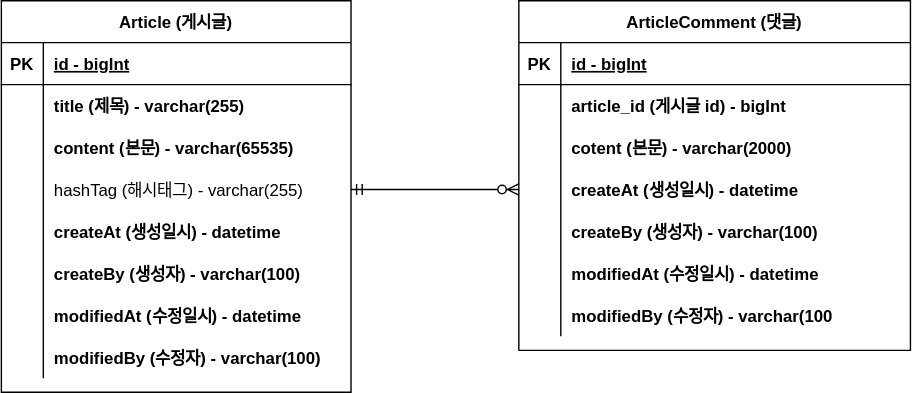
jae-ryeong/fastcampus-project-board keeps this draw.io diagram as document/project-board-erd.svg. Above is the earlier version. Source tidied: cells renumbered, new cells last; positions are measured from the earlier drawing's top-left corner, leaving out a move shared by most shapes.
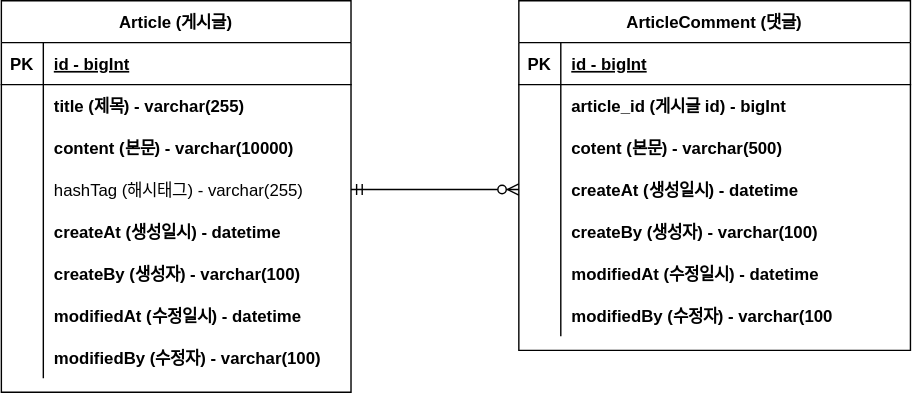
After the commit.

Commit message:
#10 - ERD 업데이트: content 사이즈 변경

What changed in the source:
```diff
@@ -29,7 +29,7 @@
     <mxCell id="10" style="shape=partialRectangle;overflow=hidden;fillColor=none;top=0;left=0;bottom=0;right=0;" parent="9" vertex="1">
       <mxGeometry width="30" height="30" as="geometry" />
     </mxCell>
-    <mxCell id="11" value="cotent (본문) - varchar(2000)" style="shape=partialRectangle;overflow=hidden;fillColor=none;top=0;left=0;bottom=0;right=0;align=left;spacingLeft=6;fontStyle=1;" parent="9" vertex="1">
+    <mxCell id="11" value="cotent (본문) - varchar(500)" style="shape=partialRectangle;overflow=hidden;fillColor=none;top=0;left=0;bottom=0;right=0;align=left;spacingLeft=6;fontStyle=1;" parent="9" vertex="1">
       <mxGeometry x="30" width="250" height="30" as="geometry" />
     </mxCell>
     <mxCell id="12" style="shape=partialRectangle;fillColor=none;points=[[0,0.5],[1,0.5]];portConstraint=eastwest;top=0;left=0;right=0;bottom=0;" parent="2" vertex="1">
@@ -98,7 +98,7 @@
     <mxCell id="33" style="shape=partialRectangle;overflow=hidden;fillColor=none;top=0;left=0;bottom=0;right=0;" parent="32" vertex="1">
       <mxGeometry width="30" height="30" as="geometry" />
     </mxCell>
-    <mxCell id="34" value="content (본문) - varchar(65535)" style="shape=partialRectangle;overflow=hidden;fillColor=none;top=0;left=0;bottom=0;right=0;align=left;spacingLeft=6;fontStyle=1;" parent="32" vertex="1">
+    <mxCell id="34" value="content (본문) - varchar(10000)" style="shape=partialRectangle;overflow=hidden;fillColor=none;top=0;left=0;bottom=0;right=0;align=left;spacingLeft=6;fontStyle=1;" parent="32" vertex="1">
       <mxGeometry x="30" width="220" height="30" as="geometry" />
     </mxCell>
     <mxCell id="35" style="shape=partialRectangle;fillColor=none;points=[[0,0.5],[1,0.5]];portConstraint=eastwest;top=0;left=0;right=0;bottom=0;" parent="25" vertex="1">
```
